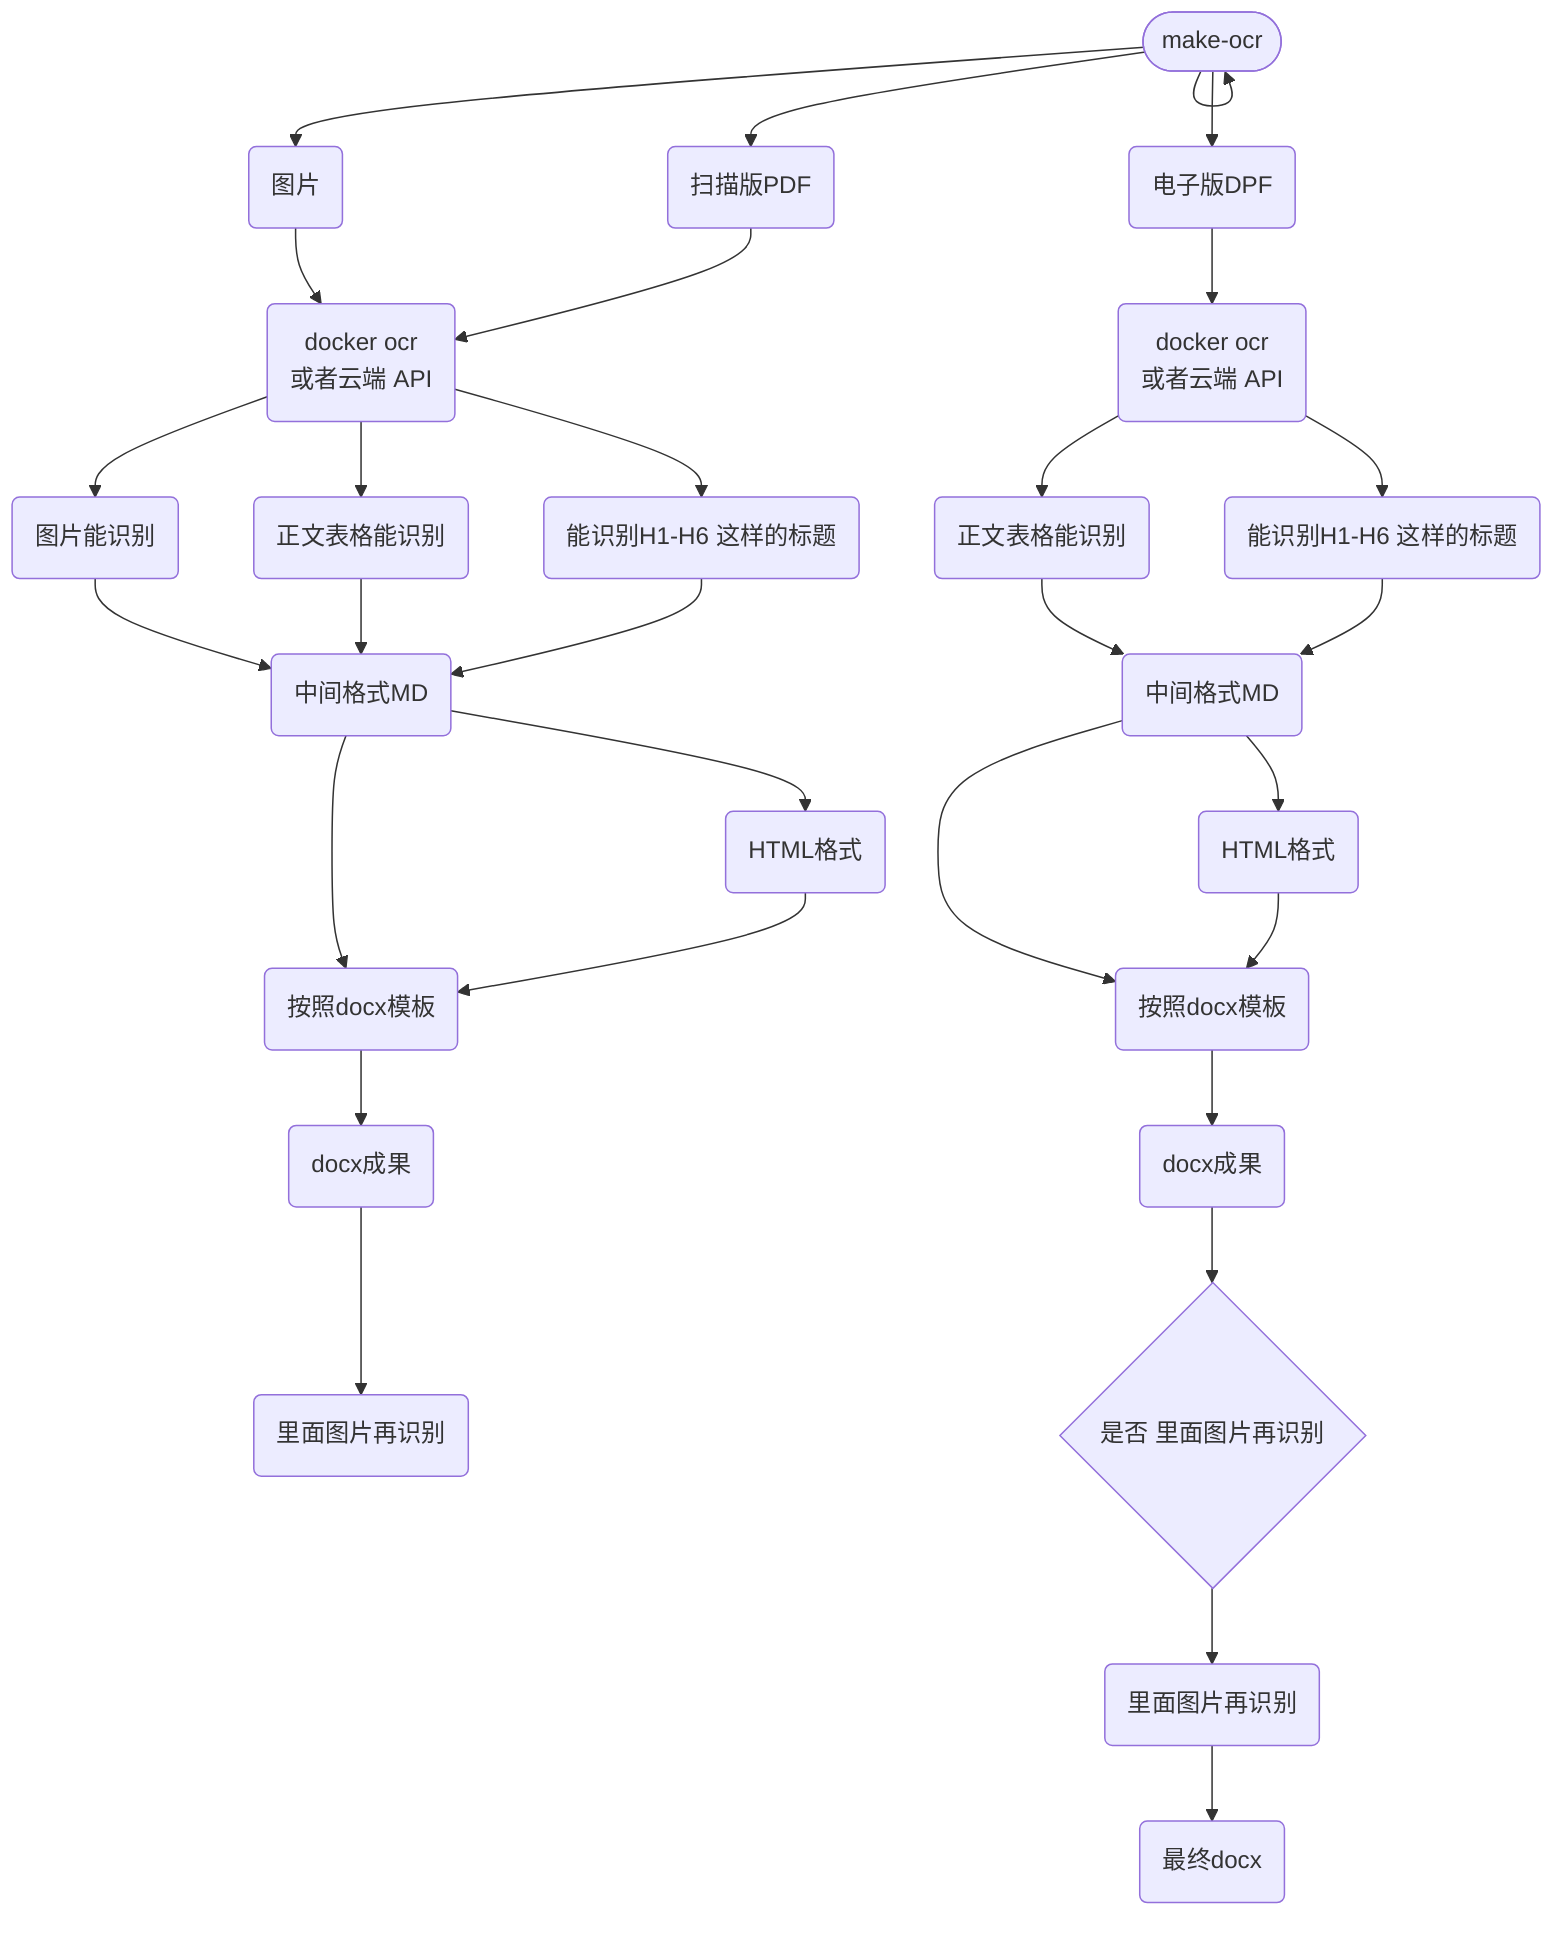
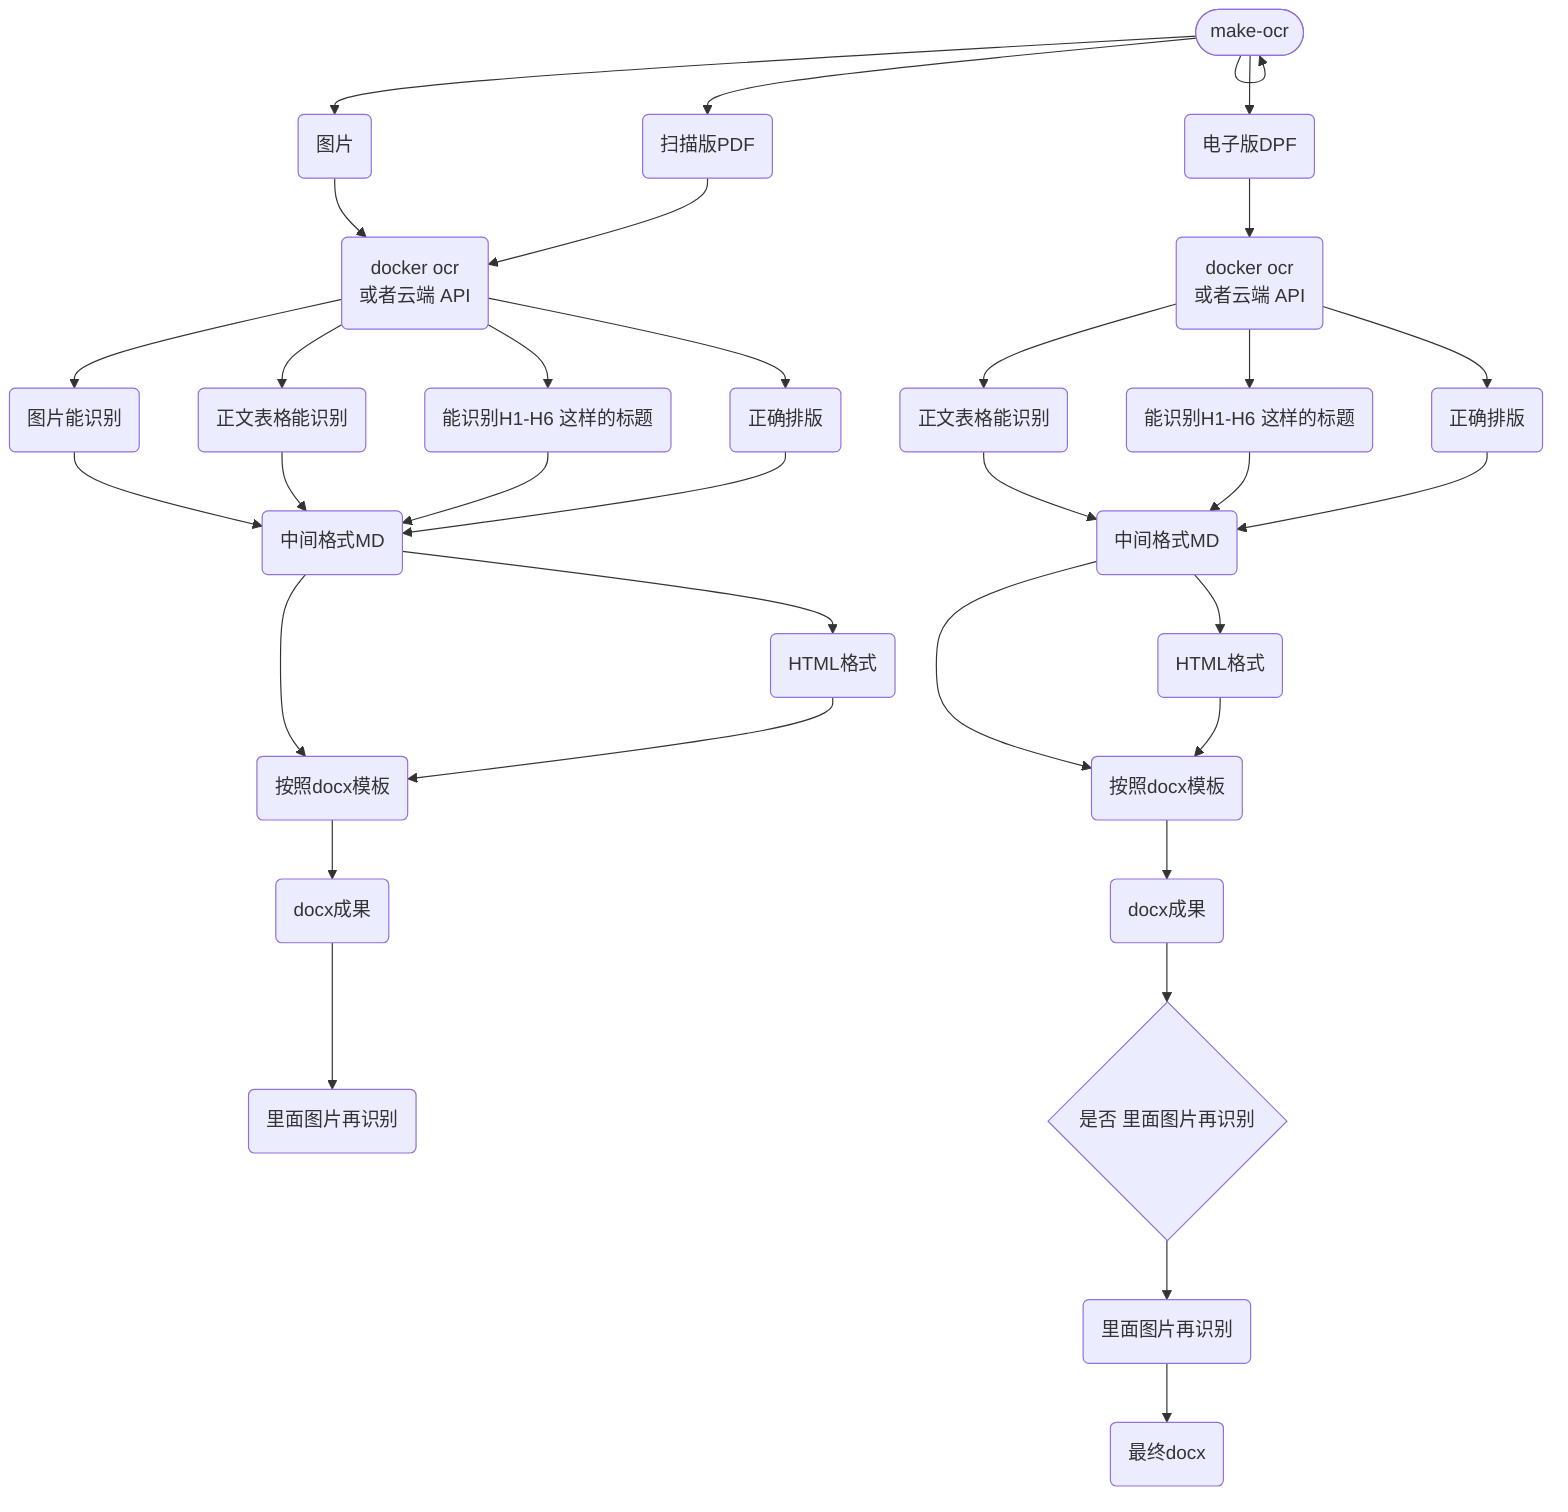
flowchart TD
  n_0(["make-ocr"])
  n_1("扫描版PDF")
  n_2("电子版DPF")
  n_3("docker ocr<br/>或者云端 API")
  n_4("图片")
  n_5("能识别H1-H6 这样的标题")
  n_6("正文表格能识别")
  n_7("图片能识别")
  n_8("按照docx模板")
  n_9("里面图片再识别")
  n_10("docx成果")
  n_11("中间格式MD")
  n_12("HTML格式")
  n_13("docker ocr<br/>或者云端 API")
  n_14("能识别H1-H6 这样的标题")
  n_15("正文表格能识别")
  n_16("按照docx模板")
  n_17("docx成果")
  n_18("中间格式MD")
  n_19("HTML格式")
  n_20("最终docx")
  n_21("里面图片再识别")
  n_22{"是否 里面图片再识别"}
+   n_23("正确排版")
+   n_24("正确排版")
  n_0 --> n_0
  n_0 --> n_1
  n_0 --> n_2
  n_0 --> n_4
  n_11 --> n_8
  n_11 --> n_12
  n_12 --> n_8
  n_8 --> n_10
  n_10 --> n_9
  n_18 --> n_16
  n_18 --> n_19
  n_19 --> n_16
  n_16 --> n_17
  n_4 --> n_3
  n_1 --> n_3
  n_2 --> n_13
  n_13 --> n_14
  n_13 --> n_15
  n_15 --> n_18
  n_14 --> n_18
  n_7 --> n_11
  n_6 --> n_11
  n_5 --> n_11
  n_3 --> n_6
  n_21 --> n_20
  n_17 --> n_22
  n_22 --> n_21
  n_3 --> n_5
  n_3 --> n_7
+   n_3 --> n_23
+   n_23 --> n_11
+   n_13 --> n_24
+   n_24 --> n_18
